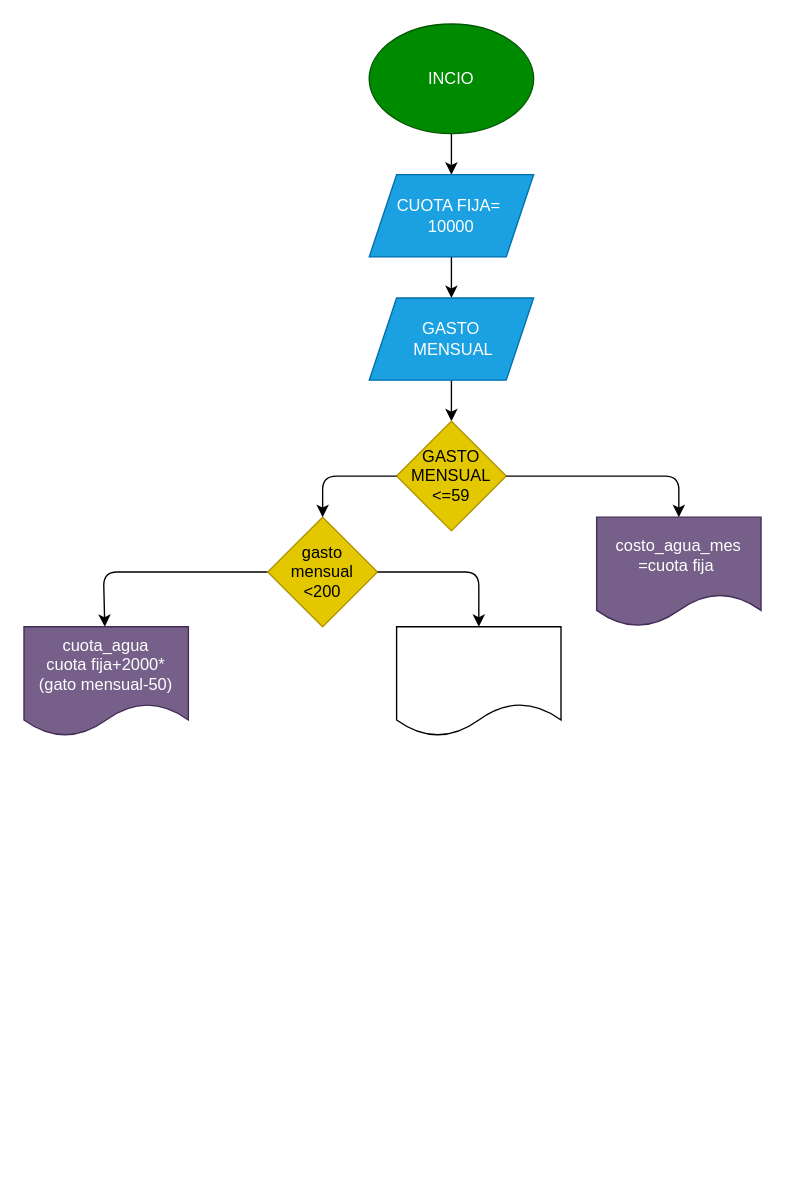
Earlier version of the draw.io diagram ejercicio_5/diagrama.drawio (jgarces1231/Taller_Condicionales-). Source tidied: cells renumbered, new cells numbered last; positions are measured from the earlier drawing's top-left corner, leaving out a move shared by most shapes. Both pictures are drawn from the tidied source at 137%, with x=0, y=0 at pixel (23, 23).
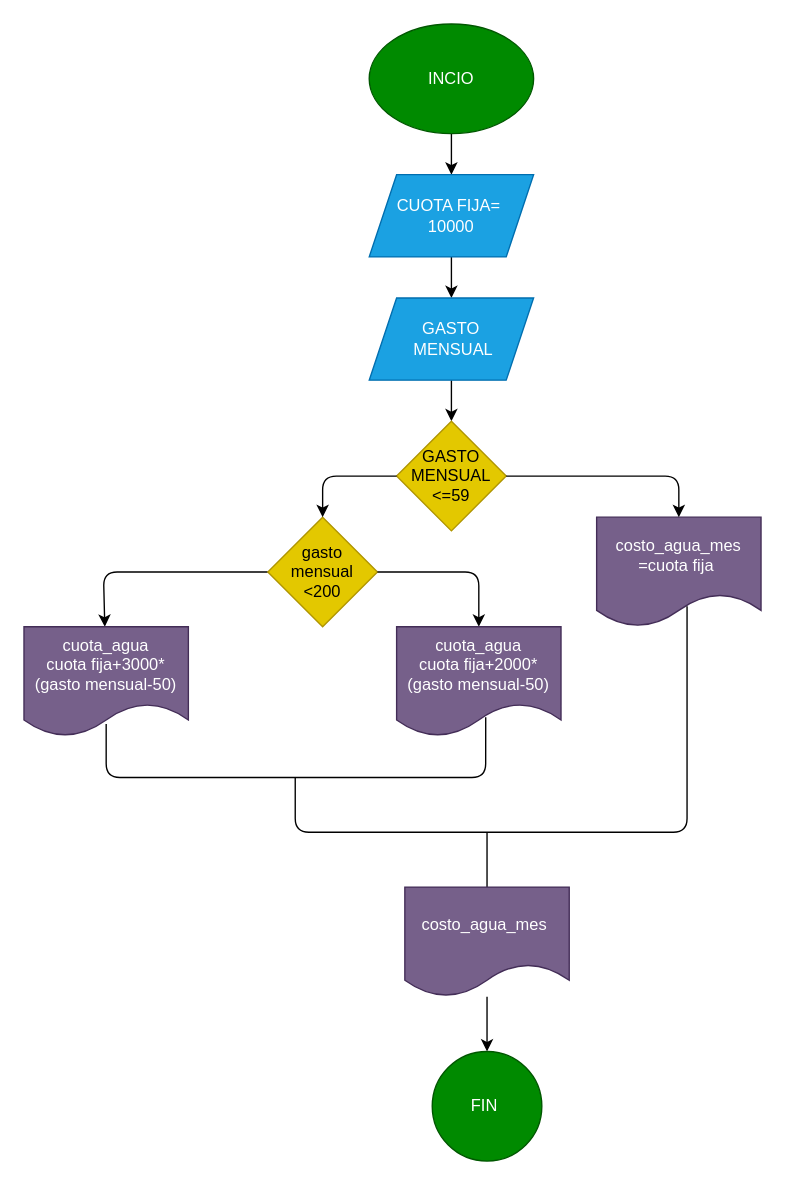
After the change.

Commit message (it also covers changes not shown here):
se realizo analisis y diseño

Unchanged cells that the change refers to:
```xml
<mxCell id="9" value="costo_agua_mes&lt;br&gt;=cuota fija&amp;nbsp;" style="shape=document;whiteSpace=wrap;html=1;boundedLbl=1;fillColor=#76608a;fontColor=#ffffff;strokeColor=#432D57;" parent="1" vertex="1">
  <mxGeometry x="418" y="360" width="120" height="80" as="geometry" />
</mxCell>
<mxCell id="12" value="gasto mensual&lt;br&gt;&amp;lt;200" style="rhombus;whiteSpace=wrap;html=1;fillColor=#e3c800;fontColor=#000000;strokeColor=#B09500;" parent="1" vertex="1">
  <mxGeometry x="178" y="360" width="80" height="80" as="geometry" />
</mxCell>
```

Diff of the diagram source:
```diff
@@
-    <mxCell id="14" style="shape=document;whiteSpace=wrap;html=1;boundedLbl=1;" parent="1" vertex="1">
-      <mxGeometry x="272" y="440" width="120" height="80" as="geometry" />
-    </mxCell>
-    <mxCell id="15" style="endArrow=classic;html=1;entryX=0.5;entryY=0;entryDx=0;entryDy=0;exitX=1;exitY=0.5;exitDx=0;exitDy=0;" parent="1" edge="1" source="12" target="14">
+    <mxCell id="15" style="endArrow=classic;html=1;entryX=0.5;entryY=0;entryDx=0;entryDy=0;exitX=1;exitY=0.5;exitDx=0;exitDy=0;" parent="1" edge="1" source="12">
       <mxGeometry relative="1" as="geometry">
+        <mxPoint x="332" y="440" as="targetPoint" />
         <Array as="points">
           <mxPoint x="332" y="400" />
         </Array>
       </mxGeometry>
     </mxCell>
-    <mxCell id="16" value="cuota_agua&lt;br&gt;cuota fija+2000*&lt;br&gt;(gato mensual-50)" style="shape=document;whiteSpace=wrap;html=1;boundedLbl=1;fillColor=#76608a;strokeColor=#432D57;fontColor=#ffffff;" parent="1" vertex="1">
+    <mxCell id="16" value="cuota_agua&lt;br&gt;cuota fija+3000*&lt;br&gt;(gasto mensual-50)" style="shape=document;whiteSpace=wrap;html=1;boundedLbl=1;fillColor=#76608a;strokeColor=#432D57;fontColor=#ffffff;" parent="1" vertex="1">
       <mxGeometry y="440" width="120" height="80" as="geometry" />
     </mxCell>
+    <mxCell id="17" value="cuota_agua&lt;br&gt;cuota fija+2000*&lt;br&gt;(gasto mensual-50)" style="shape=document;whiteSpace=wrap;html=1;boundedLbl=1;fillColor=#76608a;strokeColor=#432D57;fontColor=#ffffff;" parent="1" vertex="1">
+      <mxGeometry x="272" y="440" width="120" height="80" as="geometry" />
+    </mxCell>
+    <mxCell id="18" style="endArrow=none;html=1;exitX=0.5;exitY=0.888;exitDx=0;exitDy=0;exitPerimeter=0;entryX=0.542;entryY=0.825;entryDx=0;entryDy=0;entryPerimeter=0;" parent="1" edge="1" source="16" target="17">
+      <mxGeometry relative="1" as="geometry">
+        <Array as="points">
+          <mxPoint x="60" y="550" />
+          <mxPoint x="198" y="550" />
+          <mxPoint x="337" y="550" />
+        </Array>
+      </mxGeometry>
+    </mxCell>
+    <mxCell id="19" style="endArrow=none;html=1;entryX=0.55;entryY=0.813;entryDx=0;entryDy=0;entryPerimeter=0;" parent="1" edge="1" target="9">
+      <mxGeometry relative="1" as="geometry">
+        <mxPoint x="198" y="550" as="sourcePoint" />
+        <Array as="points">
+          <mxPoint x="198" y="590" />
+          <mxPoint x="348" y="590" />
+          <mxPoint x="484" y="590" />
+        </Array>
+      </mxGeometry>
+    </mxCell>
+    <mxCell id="20" style="endArrow=none;html=1;" parent="1" edge="1" target="22">
+      <mxGeometry relative="1" as="geometry">
+        <mxPoint x="338" y="590" as="sourcePoint" />
+      </mxGeometry>
+    </mxCell>
+    <mxCell id="21" style="edgeStyle=none;html=1;" parent="1" edge="1" source="22" target="23">
+      <mxGeometry relative="1" as="geometry" />
+    </mxCell>
+    <mxCell id="22" value="costo_agua_mes&amp;nbsp;" style="shape=document;whiteSpace=wrap;html=1;boundedLbl=1;fillColor=#76608a;strokeColor=#432D57;fontColor=#ffffff;" parent="1" vertex="1">
+      <mxGeometry x="278" y="630" width="120" height="80" as="geometry" />
+    </mxCell>
+    <mxCell id="23" value="FIN&amp;nbsp;" style="ellipse;whiteSpace=wrap;html=1;fillColor=#008a00;strokeColor=#005700;fontColor=#ffffff;" parent="1" vertex="1">
+      <mxGeometry x="298" y="750" width="80" height="80" as="geometry" />
+    </mxCell>
```
